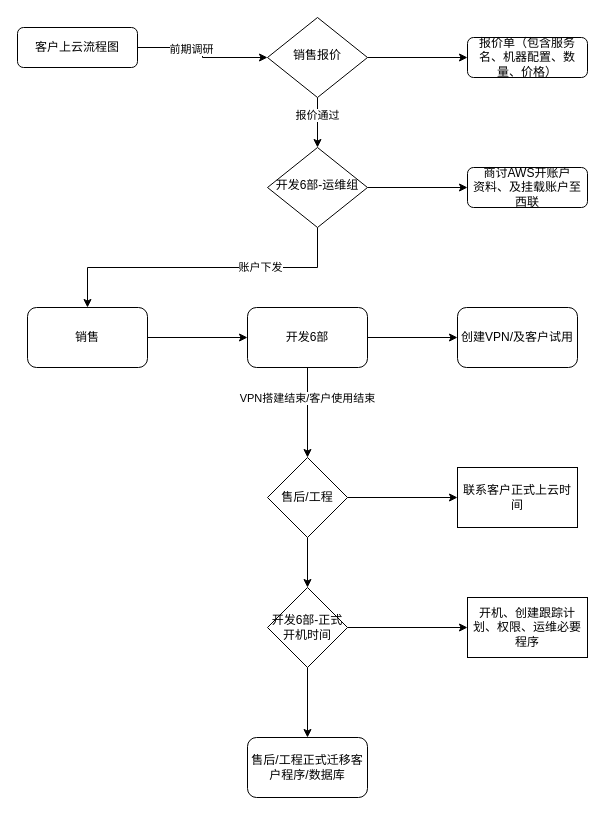
Before: 客户上云流程.drawio in xiaoxin1991/Odoo-App-Auth-OAuth-Keycloak, a draw.io diagram. Source tidied: cells renumbered, new cells numbered last; positions are measured from the earlier drawing's top-left corner, leaving out a move shared by most shapes. Both pictures are drawn from the tidied source at 100%, with x=0, y=0 at pixel (17, 17).
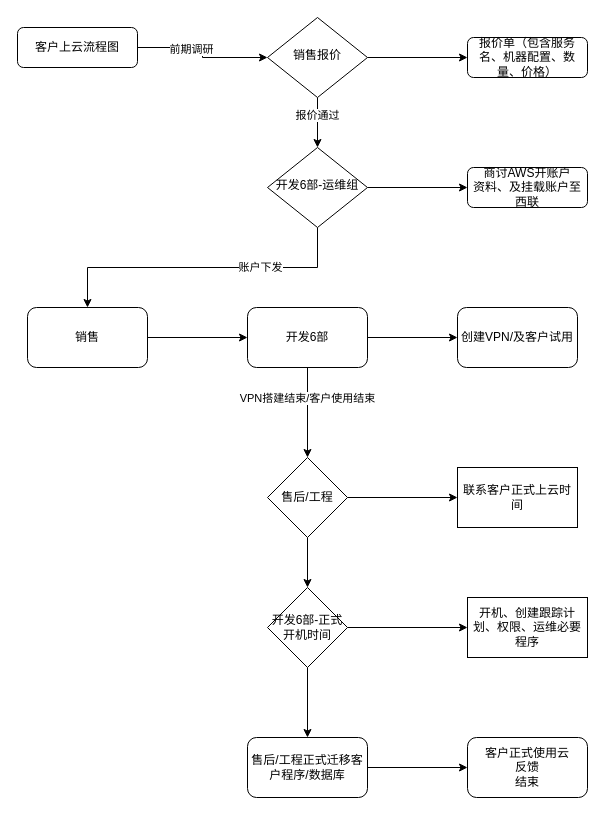
Above is the later version.

Commit message (it also covers changes not shown here):
更新客户上云流程.drawio

Unchanged cells that the change refers to:
```xml
<mxCell id="29" value="售后/工程正式迁移客户程序/数据库" style="rounded=1;whiteSpace=wrap;html=1;" parent="1" vertex="1">
  <mxGeometry x="230" y="720" width="120" height="60" as="geometry" />
</mxCell>
```

Change to the diagram source:
```diff
@@
+    <mxCell id="31" style="edgeStyle=orthogonalEdgeStyle;rounded=0;jettySize=auto;html=1;" parent="1" edge="1" source="29" target="32">
+      <mxGeometry relative="1" as="geometry" />
+    </mxCell>
@@
+    <mxCell id="32" value="客户正式使用云&lt;br&gt;反馈&lt;br&gt;结束" style="rounded=1;whiteSpace=wrap;html=1;" parent="1" vertex="1">
+      <mxGeometry x="450" y="720" width="120" height="60" as="geometry" />
+    </mxCell>
```
